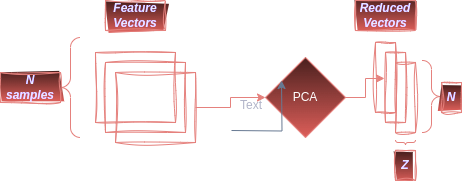
The draw.io diagram assets/img/td_step2.png in acharaakshit/acharaakshit.github.io, before a commit. Source tidied: cells renumbered, new cells last; positions are measured from the earlier drawing's top-left corner, leaving out a move shared by most shapes.
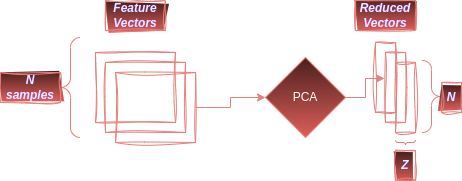
After the commit.

What changed in the source:
```diff
@@ -53,14 +53,5 @@
     <mxCell id="18" value="&lt;b&gt;&lt;i&gt;&lt;font color=&quot;#000099&quot;&gt;Z&lt;/font&gt;&lt;/i&gt;&lt;/b&gt;" style="text;html=1;align=center;verticalAlign=middle;whiteSpace=wrap;rounded=0;sketch=1;curveFitting=1;jiggle=2;labelBackgroundColor=none;fillColor=#f8cecc;strokeColor=#b85450;gradientColor=#ea6b66;" parent="1" vertex="1">
       <mxGeometry x="395" y="150" width="20" height="30" as="geometry" />
     </mxCell>
-    <mxCell id="19" value="Text" style="text;html=1;strokeColor=none;fillColor=none;align=center;verticalAlign=middle;whiteSpace=wrap;rounded=0;fontColor=#46495D;" parent="1" vertex="1">
-      <mxGeometry x="221" y="90" width="60" height="30" as="geometry" />
-    </mxCell>
-    <mxCell id="20" style="endArrow=classic;html=1;rounded=0;strokeColor=#788AA3;fontColor=#46495D;fillColor=#B2C9AB;edgeStyle=orthogonalEdgeStyle;" parent="1" edge="1">
-      <mxGeometry relative="1" as="geometry">
-        <mxPoint x="231" y="130" as="sourcePoint" />
-        <mxPoint x="281" y="80" as="targetPoint" />
-      </mxGeometry>
-    </mxCell>
   </root>
 </mxGraphModel>
```
